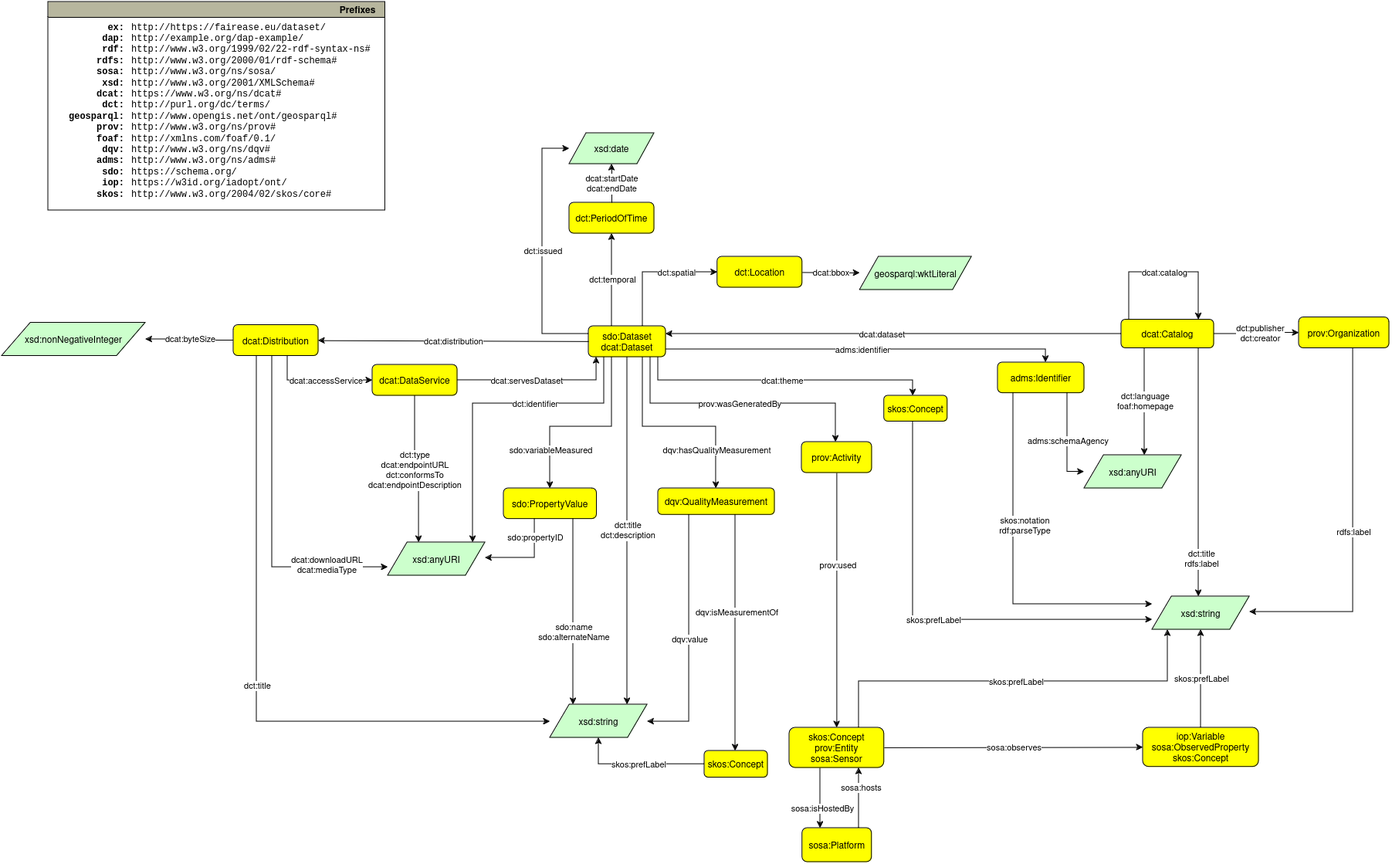
Above: Dataset/FE-DCAT-AP-class-diagram.drawio.png in fair-ease/asset-standards (draw.io), before the change. Source tidied: cells renumbered, new cells last; positions are measured from the earlier drawing's top-left corner, leaving out a move shared by most shapes.
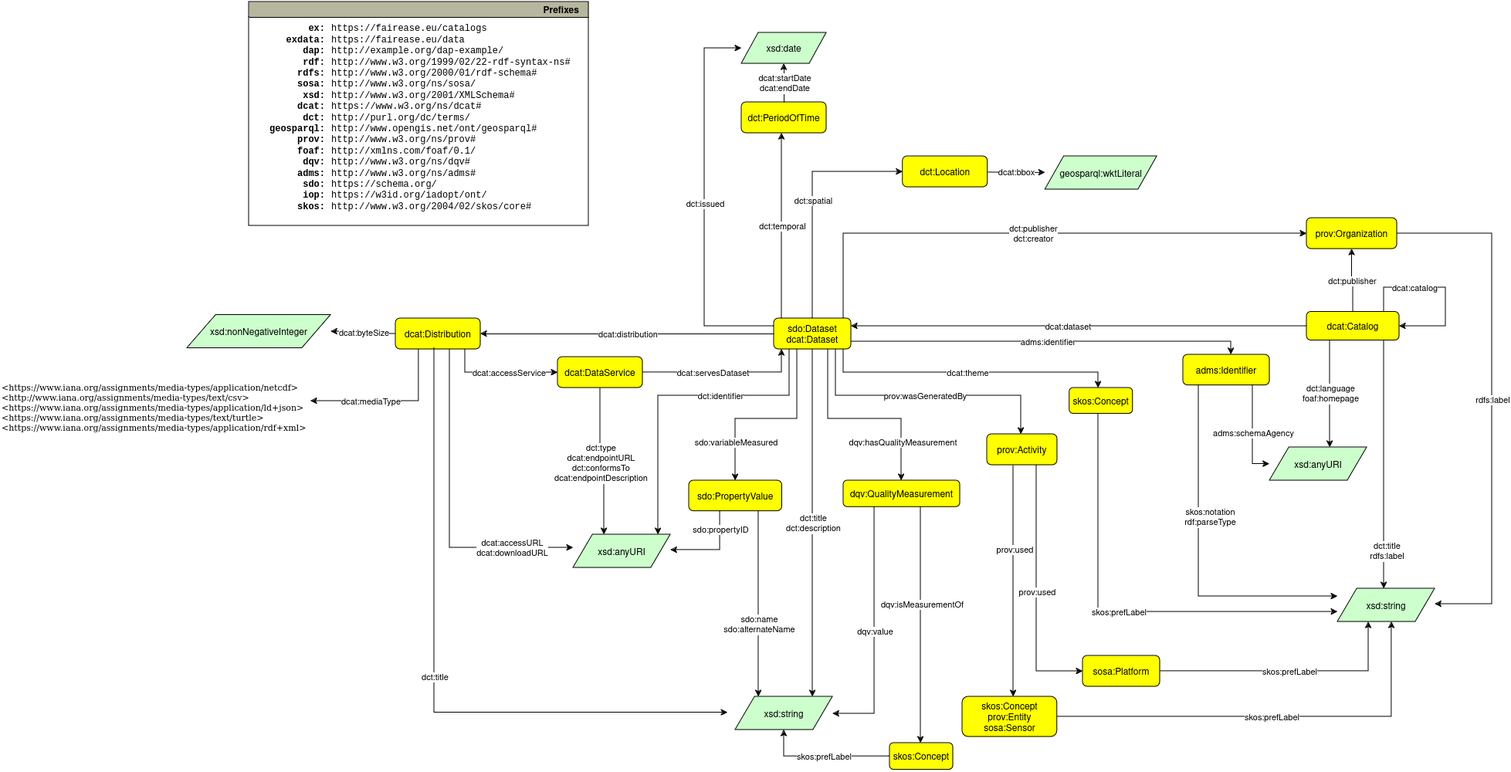
Later version of the same file.

Commit message:
add option to constrained values & update class diagram (https://github.com/fair-ease/asset-standards/issues/1)

The edit, as a diff of the source:
```diff
@@ -10,4 +10,5 @@
         <Array as="points">
-          <mxPoint x="1460" y="350" />
-          <mxPoint x="1550" y="350" />
+          <mxPoint x="1550" y="380" />
+          <mxPoint x="1630" y="380" />
+          <mxPoint x="1630" y="430" />
         </Array>
@@ -16,3 +17,5 @@
     <mxCell id="4" value="dcat:catalog" style="edgeLabel;html=1;align=center;verticalAlign=middle;" parent="3" vertex="1">
-      <mxGeometry relative="1" as="geometry" />
+      <mxGeometry relative="1" as="geometry">
+        <mxPoint x="-40" as="offset" />
+      </mxGeometry>
     </mxCell>
@@ -21,4 +24,4 @@
     </mxCell>
-    <mxCell id="6" value="&lt;div&gt;dct:publisher&lt;/div&gt;dct:creator" style="edgeLabel;html=1;align=center;verticalAlign=middle;" parent="5" vertex="1">
-      <mxGeometry x="0.09" y="-1" relative="1" as="geometry" />
+    <mxCell id="6" value="&lt;div&gt;dct:publisher&lt;/div&gt;" style="edgeLabel;html=1;align=center;verticalAlign=middle;" parent="5" vertex="1">
+      <mxGeometry relative="1" as="geometry" />
     </mxCell>
@@ -55,3 +58,3 @@
     <mxCell id="13" value="prov:Organization" style="graphMlID=n4;shape=rect;rounded=1;arcsize=30;fillColor=#ffff00;strokeColor=#000000;strokeWidth=1.0;" parent="1" vertex="1">
-      <mxGeometry x="1680" y="408.5" width="117" height="40" as="geometry" />
+      <mxGeometry x="1450" y="290" width="117" height="40" as="geometry" />
     </mxCell>
@@ -60,3 +63,4 @@
         <Array as="points">
-          <mxPoint x="1750" y="790" />
+          <mxPoint x="1690" y="310" />
+          <mxPoint x="1690" y="790" />
         </Array>
@@ -88,3 +92,3 @@
     <mxCell id="21" value="dcat:Distribution" style="graphMlID=n4;shape=rect;rounded=1;arcsize=30;fillColor=#ffff00;strokeColor=#000000;strokeWidth=1.0;" parent="1" vertex="1">
-      <mxGeometry x="300" y="418.5" width="110" height="40" as="geometry" />
+      <mxGeometry x="270" y="420" width="110" height="40" as="geometry" />
     </mxCell>
@@ -93,3 +97,3 @@
         <Array as="points">
-          <mxPoint x="370" y="490" />
+          <mxPoint x="360" y="490" />
         </Array>
@@ -108,3 +112,3 @@
         <Array as="points">
-          <mxPoint x="350" y="732" />
+          <mxPoint x="340" y="717" />
         </Array>
@@ -112,11 +116,13 @@
     </mxCell>
-    <mxCell id="26" value="&lt;div&gt;dcat:downloadURL&lt;/div&gt;dcat:mediaType" style="edgeLabel;html=1;align=center;verticalAlign=middle;" parent="25" vertex="1">
+    <mxCell id="26" value="&lt;div&gt;dcat:accessURL&lt;br&gt;&lt;/div&gt;&lt;div&gt;dcat:downloadURL&lt;/div&gt;" style="edgeLabel;html=1;align=center;verticalAlign=middle;" parent="25" vertex="1">
       <mxGeometry relative="1" as="geometry">
-        <mxPoint x="70" y="60" as="offset" />
+        <mxPoint x="80" y="48" as="offset" />
       </mxGeometry>
     </mxCell>
-    <mxCell id="27" style="rounded=0;jettySize=auto;html=1;edgeStyle=orthogonalEdgeStyle;" parent="1" edge="1" source="21" target="11">
+    <mxCell id="27" style="rounded=0;orthogonalLoop=1;jettySize=auto;html=1;edgeStyle=orthogonalEdgeStyle;" parent="1" edge="1">
       <mxGeometry relative="1" as="geometry">
+        <mxPoint x="320" y="458.5" as="sourcePoint" />
+        <mxPoint x="700" y="930.5" as="targetPoint" />
         <Array as="points">
-          <mxPoint x="330" y="932" />
+          <mxPoint x="320" y="930.5" />
         </Array>
@@ -200,4 +206,4 @@
         <Array as="points">
-          <mxPoint x="790" y="330" />
-          <mxPoint x="790" y="330" />
+          <mxPoint x="770" y="300" />
+          <mxPoint x="770" y="300" />
         </Array>
@@ -209,3 +215,3 @@
     <mxCell id="45" value="dct:PeriodOfTime" style="graphMlID=n4;shape=rect;rounded=1;arcsize=30;fillColor=#ffff00;strokeColor=#000000;strokeWidth=1.0;" parent="1" vertex="1">
-      <mxGeometry x="735" y="260" width="110" height="40" as="geometry" />
+      <mxGeometry x="718" y="140" width="110" height="40" as="geometry" />
     </mxCell>
@@ -218,3 +224,3 @@
     <mxCell id="48" value="xsd:date" style="graphMlID=n6;shape=parallelogram;fillColor=#ccffcc;strokeColor=#000000;strokeWidth=1.0;" parent="1" vertex="1">
-      <mxGeometry x="735" y="170" width="110" height="40" as="geometry" />
+      <mxGeometry x="718" y="50" width="110" height="40" as="geometry" />
     </mxCell>
@@ -223,3 +229,3 @@
         <Array as="points">
-          <mxPoint x="830" y="350" />
+          <mxPoint x="810" y="230" />
         </Array>
@@ -228,5 +234,3 @@
     <mxCell id="50" value="dct:spatial" style="edgeLabel;html=1;align=center;verticalAlign=middle;" parent="49" vertex="1">
-      <mxGeometry relative="1" as="geometry">
-        <mxPoint x="30" as="offset" />
-      </mxGeometry>
+      <mxGeometry relative="1" as="geometry" />
     </mxCell>
@@ -239,6 +243,6 @@
     <mxCell id="53" value="dct:Location" style="graphMlID=n4;shape=rect;rounded=1;arcsize=30;fillColor=#ffff00;strokeColor=#000000;strokeWidth=1.0;" parent="1" vertex="1">
-      <mxGeometry x="926.9" y="330" width="110" height="40" as="geometry" />
+      <mxGeometry x="926.9" y="210" width="110" height="40" as="geometry" />
     </mxCell>
     <mxCell id="54" value="geosparql:wktLiteral" style="graphMlID=n6;shape=parallelogram;fillColor=#ccffcc;strokeColor=#000000;strokeWidth=1.0;size=0.16802884615384528;" parent="1" vertex="1">
-      <mxGeometry x="1111.3" y="330" width="144.9" height="43" as="geometry" />
+      <mxGeometry x="1111.3" y="210" width="144.9" height="43" as="geometry" />
     </mxCell>
@@ -312,4 +316,4 @@
         <Array as="points">
-          <mxPoint x="700" y="430" />
-          <mxPoint x="700" y="190" />
+          <mxPoint x="670" y="430" />
+          <mxPoint x="670" y="70" />
         </Array>
@@ -404,3 +408,8 @@
     <mxCell id="85" style="rounded=0;jettySize=auto;html=1;edgeStyle=orthogonalEdgeStyle;" parent="1" edge="1" source="87" target="92">
-      <mxGeometry relative="1" as="geometry" />
+      <mxGeometry relative="1" as="geometry">
+        <Array as="points">
+          <mxPoint x="1070" y="777" />
+          <mxPoint x="1070" y="777" />
+        </Array>
+      </mxGeometry>
     </mxCell>
@@ -412,13 +421,6 @@
     </mxCell>
-    <mxCell id="88" style="rounded=0;jettySize=auto;html=1;" parent="1" edge="1" source="92" target="95">
-      <mxGeometry relative="1" as="geometry" />
-    </mxCell>
-    <mxCell id="89" value="sosa:observes" style="edgeLabel;html=1;align=center;verticalAlign=middle;" parent="88" vertex="1">
-      <mxGeometry relative="1" as="geometry" />
-    </mxCell>
-    <mxCell id="90" style="rounded=0;jettySize=auto;html=1;edgeStyle=orthogonalEdgeStyle;" parent="1" edge="1" source="92" target="100">
+    <mxCell id="90" style="rounded=0;jettySize=auto;html=1;edgeStyle=orthogonalEdgeStyle;" parent="1" edge="1" source="87" target="100">
       <mxGeometry relative="1" as="geometry">
         <Array as="points">
-          <mxPoint x="1060" y="1050" />
-          <mxPoint x="1060" y="1050" />
+          <mxPoint x="1100" y="877" />
         </Array>
@@ -426,9 +428,7 @@
     </mxCell>
-    <mxCell id="91" value="sosa:isHostedBy" style="edgeLabel;html=1;align=center;verticalAlign=middle;" parent="90" vertex="1">
-      <mxGeometry relative="1" as="geometry">
-        <mxPoint x="2" y="13" as="offset" />
-      </mxGeometry>
+    <mxCell id="91" value="prov:used" style="edgeLabel;html=1;align=center;verticalAlign=middle;" parent="90" vertex="1">
+      <mxGeometry relative="1" as="geometry" />
     </mxCell>
     <mxCell id="92" value="skos:Concept&#10;prov:Entity&#10;sosa:Sensor" style="graphMlID=n4;shape=rect;rounded=1;arcsize=30;fillColor=#ffff00;strokeColor=#000000;strokeWidth=1.0;" parent="1" vertex="1">
-      <mxGeometry x="1020" y="940" width="122.8" height="52" as="geometry" />
+      <mxGeometry x="1004.1" y="910" width="122.8" height="52" as="geometry" />
     </mxCell>
@@ -437,4 +437,3 @@
         <Array as="points">
-          <mxPoint x="1110" y="880" />
-          <mxPoint x="1510" y="880" />
+          <mxPoint x="1560" y="936" />
         </Array>
@@ -445,7 +444,8 @@
     </mxCell>
-    <mxCell id="95" value="iop:Variable&#10;sosa:ObservedProperty&#10;skos:Concept" style="graphMlID=n4;shape=rect;rounded=1;arcsize=30;fillColor=#ffff00;strokeColor=#000000;strokeWidth=1.0;" parent="1" vertex="1">
-      <mxGeometry x="1478" y="940" width="150" height="50.7" as="geometry" />
-    </mxCell>
-    <mxCell id="96" style="rounded=0;jettySize=auto;html=1;edgeStyle=orthogonalEdgeStyle;" parent="1" edge="1" source="95" target="102">
-      <mxGeometry relative="1" as="geometry" />
+    <mxCell id="96" style="rounded=0;jettySize=auto;html=1;edgeStyle=orthogonalEdgeStyle;" parent="1" edge="1" source="100" target="102">
+      <mxGeometry relative="1" as="geometry">
+        <Array as="points">
+          <mxPoint x="1530" y="877" />
+        </Array>
+      </mxGeometry>
     </mxCell>
@@ -454,18 +454,2 @@
     </mxCell>
-    <mxCell id="98" style="rounded=0;jettySize=auto;html=1;edgeStyle=orthogonalEdgeStyle;" parent="1" edge="1" source="100" target="92">
-      <mxGeometry relative="1" as="geometry">
-        <Array as="points">
-          <mxPoint x="1110" y="1050" />
-          <mxPoint x="1110" y="1050" />
-        </Array>
-      </mxGeometry>
-    </mxCell>
-    <mxCell id="99" value="sosa:hosts" style="edgeLabel;html=1;align=center;verticalAlign=middle;" parent="98" vertex="1">
-      <mxGeometry relative="1" as="geometry">
-        <mxPoint x="2" y="-13" as="offset" />
-      </mxGeometry>
-    </mxCell>
-    <mxCell id="100" value="sosa:Platform" style="graphMlID=n4;shape=rect;rounded=1;arcsize=30;fillColor=#ffff00;strokeColor=#000000;strokeWidth=1.0;" parent="1" vertex="1">
-      <mxGeometry x="1036.9" y="1070" width="90" height="44" as="geometry" />
-    </mxCell>
     <mxCell id="101" value="xsd:anyURI" style="graphMlID=n6;shape=parallelogram;fillColor=#ccffcc;strokeColor=#000000;strokeWidth=1.0;" parent="1" vertex="1">
@@ -476,11 +460,40 @@
     </mxCell>
+    <mxCell id="106" style="rounded=0;jettySize=auto;html=1;edgeStyle=orthogonalEdgeStyle;" parent="1" edge="1" source="18" target="13">
+      <mxGeometry relative="1" as="geometry">
+        <Array as="points">
+          <mxPoint x="850" y="310" />
+        </Array>
+      </mxGeometry>
+    </mxCell>
+    <mxCell id="107" value="&lt;div&gt;dct:publisher&lt;/div&gt;dct:creator" style="edgeLabel;html=1;align=center;verticalAlign=middle;" parent="106" vertex="1">
+      <mxGeometry relative="1" as="geometry" />
+    </mxCell>
     <mxCell id="103" value="Prefixes" style="graphMlID=n0;shape=swimlane;startSize=20;fillColor=#b7b69e;strokeColor=#000000;strokeWidth=1.0;align=right;spacingRight=10;fontStyle=1;" parent="1" vertex="1">
-      <mxGeometry x="60" width="436.4" height="270" as="geometry" />
+      <mxGeometry x="80" y="10" width="440" height="290" as="geometry" />
     </mxCell>
-    <mxCell id="104" value="&lt;div align=&quot;right&quot;&gt;&lt;b&gt;ex:&lt;/b&gt;&lt;br&gt;&lt;b&gt;dap:&lt;/b&gt;&lt;br&gt;&lt;/div&gt;&lt;div align=&quot;right&quot;&gt;&lt;b&gt;rdf:&lt;/b&gt;&lt;/div&gt;&lt;div align=&quot;right&quot;&gt;&lt;b&gt;rdfs:&lt;/b&gt;&lt;/div&gt;&lt;div align=&quot;right&quot;&gt;&lt;b&gt;sosa:&lt;/b&gt;&lt;/div&gt;&lt;div align=&quot;right&quot;&gt;&lt;b&gt;xsd:&lt;/b&gt;&lt;/div&gt;&lt;div align=&quot;right&quot;&gt;&lt;b&gt;dcat:&lt;/b&gt;&lt;/div&gt;&lt;div align=&quot;right&quot;&gt;&lt;b&gt;dct:&lt;/b&gt;&lt;/div&gt;&lt;div align=&quot;right&quot;&gt;&lt;b&gt;geosparql:&lt;/b&gt;&lt;/div&gt;&lt;div align=&quot;right&quot;&gt;&lt;b&gt;prov:&lt;/b&gt;&lt;/div&gt;&lt;div align=&quot;right&quot;&gt;&lt;b&gt;foaf:&lt;/b&gt;&lt;/div&gt;&lt;div align=&quot;right&quot;&gt;&lt;b&gt;dqv:&lt;/b&gt;&lt;/div&gt;&lt;div align=&quot;right&quot;&gt;&lt;b&gt;adms:&lt;/b&gt;&lt;/div&gt;&lt;div align=&quot;right&quot;&gt;&lt;b&gt;sdo:&lt;/b&gt;&lt;/div&gt;&lt;div align=&quot;right&quot;&gt;&lt;b&gt;iop:&lt;/b&gt;&lt;/div&gt;&lt;div align=&quot;right&quot;&gt;&lt;b&gt;skos:&lt;br&gt;&lt;/b&gt;&lt;/div&gt;" style="text;html=1;align=right;verticalAlign=middle;fontFamily=Courier New;" parent="103" vertex="1">
-      <mxGeometry y="21.1" width="100" height="240" as="geometry" />
-    </mxCell>
-    <mxCell id="105" value="http://https://fairease.eu/dataset/&lt;br&gt;&lt;div&gt;http://example.org/dap-example/&lt;/div&gt;&lt;div&gt;http://www.w3.org/1999/02/22-rdf-syntax-ns#&lt;/div&gt;&lt;div&gt;http://www.w3.org/2000/01/rdf-schema#&lt;/div&gt;&lt;div&gt;http://www.w3.org/ns/sosa/&lt;/div&gt;&lt;div&gt;http://www.w3.org/2001/XMLSchema#&lt;/div&gt;&lt;div&gt;https://www.w3.org/ns/dcat#&lt;/div&gt;&lt;div&gt;http://purl.org/dc/terms/&lt;/div&gt;&lt;div&gt;http://www.opengis.net/ont/geosparql#&lt;/div&gt;&lt;div&gt;http://www.w3.org/ns/prov#&lt;/div&gt;&lt;div&gt;http://xmlns.com/foaf/0.1/&lt;/div&gt;&lt;div&gt;http://www.w3.org/ns/dqv#&lt;/div&gt;&lt;div&gt;http://www.w3.org/ns/adms#&lt;/div&gt;&lt;div&gt;https://schema.org/&lt;/div&gt;&lt;div&gt;https://w3id.org/iadopt/ont/&lt;/div&gt;&lt;div&gt;http://www.w3.org/2004/02/skos/core#&lt;/div&gt;" style="text;html=1;align=left;verticalAlign=middle;fontFamily=Courier New;" parent="103" vertex="1">
-      <mxGeometry x="106.4" y="21.1" width="330" height="240" as="geometry" />
-    </mxCell>
+    <mxCell id="108" value="&lt;div align=&quot;right&quot;&gt;&lt;b&gt;ex:&lt;/b&gt;&lt;/div&gt;&lt;div align=&quot;right&quot;&gt;&lt;b&gt;exdata:&lt;/b&gt;&lt;br&gt;&lt;b&gt;dap:&lt;/b&gt;&lt;br&gt;&lt;/div&gt;&lt;div align=&quot;right&quot;&gt;&lt;b&gt;rdf:&lt;/b&gt;&lt;/div&gt;&lt;div align=&quot;right&quot;&gt;&lt;b&gt;rdfs:&lt;/b&gt;&lt;/div&gt;&lt;div align=&quot;right&quot;&gt;&lt;b&gt;sosa:&lt;/b&gt;&lt;/div&gt;&lt;div align=&quot;right&quot;&gt;&lt;b&gt;xsd:&lt;/b&gt;&lt;/div&gt;&lt;div align=&quot;right&quot;&gt;&lt;b&gt;dcat:&lt;/b&gt;&lt;/div&gt;&lt;div align=&quot;right&quot;&gt;&lt;b&gt;dct:&lt;/b&gt;&lt;/div&gt;&lt;div align=&quot;right&quot;&gt;&lt;b&gt;geosparql:&lt;/b&gt;&lt;/div&gt;&lt;div align=&quot;right&quot;&gt;&lt;b&gt;prov:&lt;/b&gt;&lt;/div&gt;&lt;div align=&quot;right&quot;&gt;&lt;b&gt;foaf:&lt;/b&gt;&lt;/div&gt;&lt;div align=&quot;right&quot;&gt;&lt;b&gt;dqv:&lt;/b&gt;&lt;/div&gt;&lt;div align=&quot;right&quot;&gt;&lt;b&gt;adms:&lt;/b&gt;&lt;/div&gt;&lt;div align=&quot;right&quot;&gt;&lt;b&gt;sdo:&lt;/b&gt;&lt;/div&gt;&lt;div align=&quot;right&quot;&gt;&lt;b&gt;iop:&lt;/b&gt;&lt;/div&gt;&lt;div align=&quot;right&quot;&gt;&lt;b&gt;skos:&lt;br&gt;&lt;/b&gt;&lt;/div&gt;" style="text;html=1;align=right;verticalAlign=middle;fontFamily=Courier New;" parent="103" vertex="1">
+      <mxGeometry y="20" width="100" height="260" as="geometry" />
+    </mxCell>
+    <mxCell id="109" value="&lt;div&gt;https://fairease.eu/catalogs&lt;/div&gt;&lt;div&gt;https://fairease.eu/data&lt;/div&gt;&lt;div&gt;http://example.org/dap-example/&lt;/div&gt;&lt;div&gt;http://www.w3.org/1999/02/22-rdf-syntax-ns#&lt;/div&gt;&lt;div&gt;http://www.w3.org/2000/01/rdf-schema#&lt;/div&gt;&lt;div&gt;http://www.w3.org/ns/sosa/&lt;/div&gt;&lt;div&gt;http://www.w3.org/2001/XMLSchema#&lt;/div&gt;&lt;div&gt;https://www.w3.org/ns/dcat#&lt;/div&gt;&lt;div&gt;http://purl.org/dc/terms/&lt;/div&gt;&lt;div&gt;http://www.opengis.net/ont/geosparql#&lt;/div&gt;&lt;div&gt;http://www.w3.org/ns/prov#&lt;/div&gt;&lt;div&gt;http://xmlns.com/foaf/0.1/&lt;/div&gt;&lt;div&gt;http://www.w3.org/ns/dqv#&lt;/div&gt;&lt;div&gt;http://www.w3.org/ns/adms#&lt;/div&gt;&lt;div&gt;https://schema.org/&lt;/div&gt;&lt;div&gt;https://w3id.org/iadopt/ont/&lt;/div&gt;&lt;div&gt;http://www.w3.org/2004/02/skos/core#&lt;/div&gt;" style="text;html=1;align=left;verticalAlign=middle;fontFamily=Courier New;" parent="103" vertex="1">
+      <mxGeometry x="105" y="20" width="330" height="260" as="geometry" />
+    </mxCell>
+    <mxCell id="100" value="sosa:Platform" style="graphMlID=n4;shape=rect;rounded=1;arcsize=30;fillColor=#ffff00;strokeColor=#000000;strokeWidth=1.0;" parent="1" vertex="1">
+      <mxGeometry x="1160" y="857" width="100" height="40" as="geometry" />
+    </mxCell>
+    <mxCell id="110" value="&lt;div&gt;&amp;lt;https://www.iana.org/assignments/media-types/application/netcdf&amp;gt;&lt;/div&gt;&lt;div&gt;&amp;lt;http://www.iana.org/assignments/media-types/text/csv&amp;gt;&lt;br&gt;&lt;/div&gt;&lt;div&gt;&amp;lt;https://www.iana.org/assignments/media-types/application/ld+json&amp;gt;&lt;/div&gt;&amp;lt;https://www.iana.org/assignments/media-types/text/turtle&amp;gt;&lt;br&gt;&amp;lt;https://www.iana.org/assignments/media-types/application/rdf+xml&amp;gt;" style="text;html=1;spacing=0;align=left;fontFamily=dialog;fontSize=11;fontStyle=0;fontColor=#000000;" parent="1" vertex="1">
+      <mxGeometry x="-240" y="498.2" width="400" height="78.8" as="geometry" />
+    </mxCell>
+    <mxCell id="111" style="rounded=0;jettySize=auto;html=1;edgeStyle=orthogonalEdgeStyle;" parent="1" edge="1" target="110">
+      <mxGeometry relative="1" as="geometry">
+        <mxPoint x="300" y="460" as="sourcePoint" />
+        <Array as="points">
+          <mxPoint x="300" y="527" />
+        </Array>
+      </mxGeometry>
+    </mxCell>
+    <mxCell id="112" value="&lt;div&gt;dcat:mediaType&lt;/div&gt;" style="edgeLabel;html=1;align=center;verticalAlign=middle;" parent="111" vertex="1">
+      <mxGeometry relative="1" as="geometry">
+        <mxPoint x="-26" as="offset" />
+      </mxGeometry>
+    </mxCell>
   </root>
```
